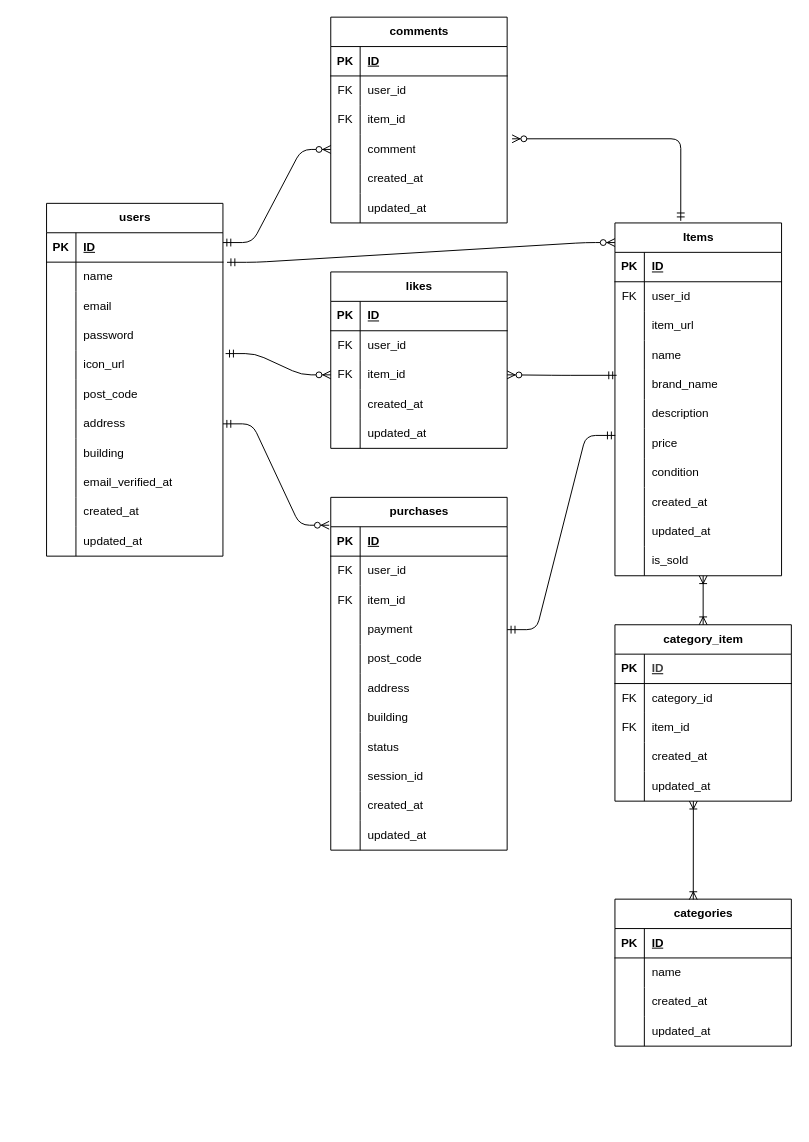
The draw.io diagram frema.drawio in yuri-tomabechi/frema-app, before the edit. Source tidied: cells renumbered, new cells numbered last; positions are measured from the earlier drawing's top-left corner, leaving out a move shared by most shapes. Both pictures are drawn from the tidied source at 98%, with x=0, y=0 at pixel (-91, -81).
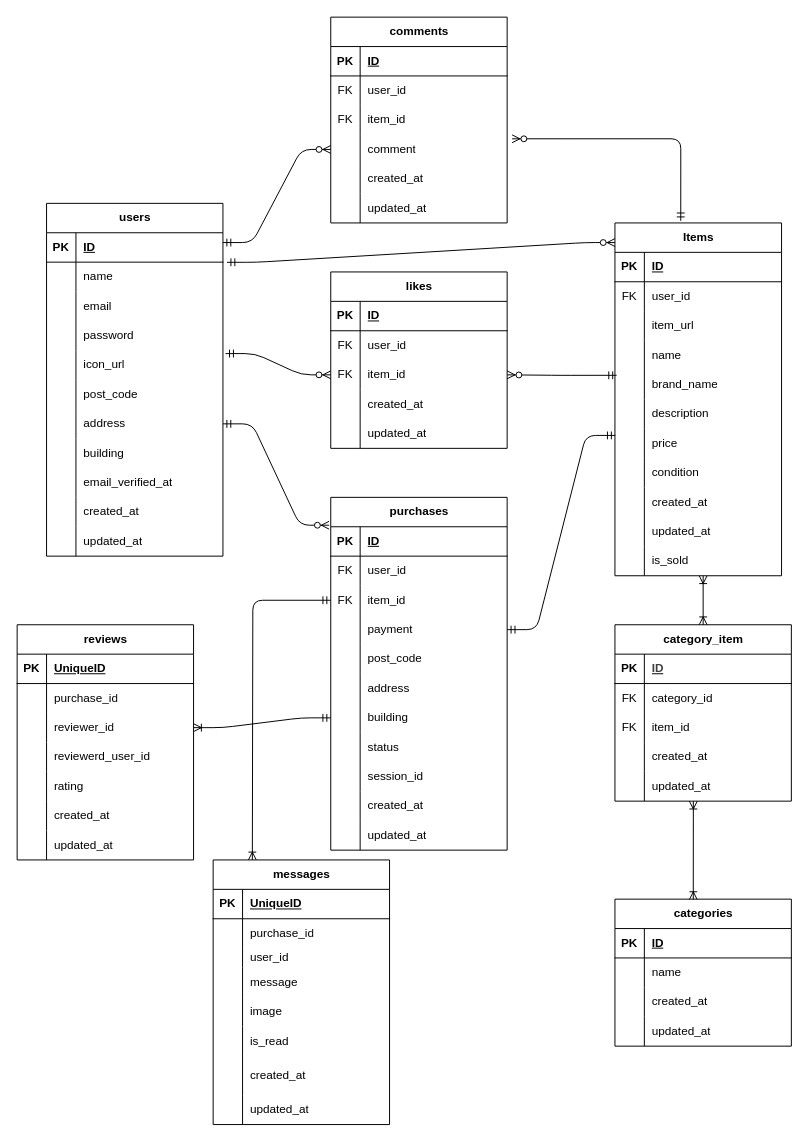
Above is the later version.

Unchanged cells that the change refers to:
```xml
<mxCell id="112" style="shape=tableRow;horizontal=0;startSize=0;swimlaneHead=0;swimlaneBody=0;fillColor=none;points=[[0,0.5],[1,0.5]];portConstraint=eastwest;top=0;left=0;right=0;bottom=0;" parent="105" vertex="1">
  <mxGeometry y="90" width="180" height="30" as="geometry" />
</mxCell>
<mxCell id="124" style="shape=tableRow;horizontal=0;startSize=0;swimlaneHead=0;swimlaneBody=0;fillColor=none;points=[[0,0.5],[1,0.5]];portConstraint=eastwest;top=0;left=0;right=0;bottom=0;" parent="105" vertex="1">
  <mxGeometry y="210" width="180" height="30" as="geometry" />
</mxCell>
```

Change to the diagram source:
```diff
@@
+    <mxCell id="177" value="messages" style="shape=table;startSize=30;childLayout=tableLayout;rowLines=0;fontStyle=1;align=center;html=1;" parent="1" vertex="1">
+      <mxGeometry x="310" y="960" width="180" height="270" as="geometry" />
+    </mxCell>
+    <mxCell id="178" style="shape=tableRow;horizontal=0;startSize=0;swimlaneHead=0;swimlaneBody=0;fillColor=none;top=0;left=0;right=0;bottom=1;" parent="177" vertex="1">
+      <mxGeometry y="30" width="180" height="30" as="geometry" />
+    </mxCell>
+    <mxCell id="179" value="PK" style="shape=partialRectangle;fillColor=none;top=0;left=0;bottom=0;right=0;fontStyle=1;overflow=hidden;whiteSpace=wrap;html=1;" parent="178" vertex="1">
+      <mxGeometry width="30" height="30" as="geometry" />
+    </mxCell>
+    <mxCell id="180" value="UniqueID" style="shape=partialRectangle;fillColor=none;top=0;left=0;bottom=0;right=0;align=left;spacingLeft=6;fontStyle=5;overflow=hidden;whiteSpace=wrap;html=1;" parent="178" vertex="1">
+      <mxGeometry x="30" width="150" height="30" as="geometry" />
+    </mxCell>
+    <mxCell id="181" style="shape=tableRow;horizontal=0;startSize=0;swimlaneHead=0;swimlaneBody=0;fillColor=none;top=0;left=0;right=0;bottom=0;" parent="177" vertex="1">
+      <mxGeometry y="60" width="180" height="30" as="geometry" />
+    </mxCell>
+    <mxCell id="182" style="shape=partialRectangle;fillColor=none;top=0;left=0;bottom=0;right=0;overflow=hidden;whiteSpace=wrap;html=1;" parent="181" vertex="1">
+      <mxGeometry width="30" height="30" as="geometry" />
+    </mxCell>
+    <mxCell id="183" value="purchase_id" style="shape=partialRectangle;fillColor=none;top=0;left=0;bottom=0;right=0;align=left;spacingLeft=6;overflow=hidden;whiteSpace=wrap;html=1;" parent="181" vertex="1">
+      <mxGeometry x="30" width="150" height="30" as="geometry" />
+    </mxCell>
+    <mxCell id="184" style="shape=tableRow;horizontal=0;startSize=0;swimlaneHead=0;swimlaneBody=0;fillColor=none;top=0;left=0;right=0;bottom=0;" parent="177" vertex="1">
+      <mxGeometry y="90" width="180" height="20" as="geometry" />
+    </mxCell>
+    <mxCell id="185" style="shape=partialRectangle;fillColor=none;top=0;left=0;bottom=0;right=0;overflow=hidden;whiteSpace=wrap;html=1;" parent="184" vertex="1">
+      <mxGeometry width="30" height="20" as="geometry" />
+    </mxCell>
+    <mxCell id="186" value="user_id" style="shape=partialRectangle;fillColor=none;top=0;left=0;bottom=0;right=0;align=left;spacingLeft=6;overflow=hidden;whiteSpace=wrap;html=1;" parent="184" vertex="1">
+      <mxGeometry x="30" width="150" height="20" as="geometry" />
+    </mxCell>
+    <mxCell id="187" style="shape=tableRow;horizontal=0;startSize=0;swimlaneHead=0;swimlaneBody=0;fillColor=none;top=0;left=0;right=0;bottom=0;" parent="177" vertex="1">
+      <mxGeometry y="110" width="180" height="30" as="geometry" />
+    </mxCell>
+    <mxCell id="188" style="shape=partialRectangle;fillColor=none;top=0;left=0;bottom=0;right=0;overflow=hidden;whiteSpace=wrap;html=1;" parent="187" vertex="1">
+      <mxGeometry width="30" height="30" as="geometry" />
+    </mxCell>
+    <mxCell id="189" value="message" style="shape=partialRectangle;fillColor=none;top=0;left=0;bottom=0;right=0;align=left;spacingLeft=6;overflow=hidden;whiteSpace=wrap;html=1;" parent="187" vertex="1">
+      <mxGeometry x="30" width="150" height="30" as="geometry" />
+    </mxCell>
+    <mxCell id="190" style="shape=tableRow;horizontal=0;startSize=0;swimlaneHead=0;swimlaneBody=0;fillColor=none;top=0;left=0;right=0;bottom=0;" parent="177" vertex="1">
+      <mxGeometry y="140" width="180" height="30" as="geometry" />
+    </mxCell>
+    <mxCell id="191" style="shape=partialRectangle;fillColor=none;top=0;left=0;bottom=0;right=0;overflow=hidden;whiteSpace=wrap;html=1;" parent="190" vertex="1">
+      <mxGeometry width="30" height="30" as="geometry" />
+    </mxCell>
+    <mxCell id="192" value="image" style="shape=partialRectangle;fillColor=none;top=0;left=0;bottom=0;right=0;align=left;spacingLeft=6;overflow=hidden;whiteSpace=wrap;html=1;" parent="190" vertex="1">
+      <mxGeometry x="30" width="150" height="30" as="geometry" />
+    </mxCell>
+    <mxCell id="193" style="shape=tableRow;horizontal=0;startSize=0;swimlaneHead=0;swimlaneBody=0;fillColor=none;top=0;left=0;right=0;bottom=0;" parent="177" vertex="1">
+      <mxGeometry y="170" width="180" height="30" as="geometry" />
+    </mxCell>
+    <mxCell id="194" style="shape=partialRectangle;fillColor=none;top=0;left=0;bottom=0;right=0;overflow=hidden;whiteSpace=wrap;html=1;" parent="193" vertex="1">
+      <mxGeometry width="30" height="30" as="geometry" />
+    </mxCell>
+    <mxCell id="195" value="is_read" style="shape=partialRectangle;fillColor=none;top=0;left=0;bottom=0;right=0;align=left;spacingLeft=6;overflow=hidden;whiteSpace=wrap;html=1;" parent="193" vertex="1">
+      <mxGeometry x="30" width="150" height="30" as="geometry" />
+    </mxCell>
+    <mxCell id="196" style="shape=tableRow;horizontal=0;startSize=0;swimlaneHead=0;swimlaneBody=0;fillColor=none;top=0;left=0;right=0;bottom=0;" parent="177" vertex="1">
+      <mxGeometry y="200" width="180" height="40" as="geometry" />
+    </mxCell>
+    <mxCell id="197" style="shape=partialRectangle;fillColor=none;top=0;left=0;bottom=0;right=0;overflow=hidden;whiteSpace=wrap;html=1;" parent="196" vertex="1">
+      <mxGeometry width="30" height="40" as="geometry" />
+    </mxCell>
+    <mxCell id="198" value="created_at" style="shape=partialRectangle;fillColor=none;top=0;left=0;bottom=0;right=0;align=left;spacingLeft=6;overflow=hidden;whiteSpace=wrap;html=1;" parent="196" vertex="1">
+      <mxGeometry x="30" width="150" height="40" as="geometry" />
+    </mxCell>
+    <mxCell id="199" style="shape=tableRow;horizontal=0;startSize=0;swimlaneHead=0;swimlaneBody=0;fillColor=none;top=0;left=0;right=0;bottom=0;" parent="177" vertex="1">
+      <mxGeometry y="240" width="180" height="30" as="geometry" />
+    </mxCell>
+    <mxCell id="200" style="shape=partialRectangle;fillColor=none;top=0;left=0;bottom=0;right=0;overflow=hidden;whiteSpace=wrap;html=1;" parent="199" vertex="1">
+      <mxGeometry width="30" height="30" as="geometry" />
+    </mxCell>
+    <mxCell id="201" value="updated_at" style="shape=partialRectangle;fillColor=none;top=0;left=0;bottom=0;right=0;align=left;spacingLeft=6;overflow=hidden;whiteSpace=wrap;html=1;" parent="199" vertex="1">
+      <mxGeometry x="30" width="150" height="30" as="geometry" />
+    </mxCell>
+    <mxCell id="202" value="reviews" style="shape=table;startSize=30;childLayout=tableLayout;rowLines=0;fontStyle=1;align=center;html=1;" parent="1" vertex="1">
+      <mxGeometry x="110" y="720" width="180" height="240" as="geometry" />
+    </mxCell>
+    <mxCell id="203" style="shape=tableRow;horizontal=0;startSize=0;swimlaneHead=0;swimlaneBody=0;fillColor=none;top=0;left=0;right=0;bottom=1;" parent="202" vertex="1">
+      <mxGeometry y="30" width="180" height="30" as="geometry" />
+    </mxCell>
+    <mxCell id="204" value="PK" style="shape=partialRectangle;fillColor=none;top=0;left=0;bottom=0;right=0;fontStyle=1;overflow=hidden;whiteSpace=wrap;html=1;" parent="203" vertex="1">
+      <mxGeometry width="30" height="30" as="geometry" />
+    </mxCell>
+    <mxCell id="205" value="UniqueID" style="shape=partialRectangle;fillColor=none;top=0;left=0;bottom=0;right=0;align=left;spacingLeft=6;fontStyle=5;overflow=hidden;whiteSpace=wrap;html=1;" parent="203" vertex="1">
+      <mxGeometry x="30" width="150" height="30" as="geometry" />
+    </mxCell>
+    <mxCell id="206" style="shape=tableRow;horizontal=0;startSize=0;swimlaneHead=0;swimlaneBody=0;fillColor=none;top=0;left=0;right=0;bottom=0;" parent="202" vertex="1">
+      <mxGeometry y="60" width="180" height="30" as="geometry" />
+    </mxCell>
+    <mxCell id="207" style="shape=partialRectangle;fillColor=none;top=0;left=0;bottom=0;right=0;overflow=hidden;whiteSpace=wrap;html=1;" parent="206" vertex="1">
+      <mxGeometry width="30" height="30" as="geometry" />
+    </mxCell>
+    <mxCell id="208" value="purchase_id" style="shape=partialRectangle;fillColor=none;top=0;left=0;bottom=0;right=0;align=left;spacingLeft=6;overflow=hidden;whiteSpace=wrap;html=1;" parent="206" vertex="1">
+      <mxGeometry x="30" width="150" height="30" as="geometry" />
+    </mxCell>
+    <mxCell id="209" style="shape=tableRow;horizontal=0;startSize=0;swimlaneHead=0;swimlaneBody=0;fillColor=none;points=[[0,0.5],[1,0.5]];portConstraint=eastwest;top=0;left=0;right=0;bottom=0;" parent="202" vertex="1">
+      <mxGeometry y="90" width="180" height="30" as="geometry" />
+    </mxCell>
+    <mxCell id="210" style="shape=partialRectangle;fillColor=none;top=0;left=0;bottom=0;right=0;overflow=hidden;whiteSpace=wrap;html=1;" parent="209" vertex="1">
+      <mxGeometry width="30" height="30" as="geometry" />
+    </mxCell>
+    <mxCell id="211" value="reviewer_id" style="shape=partialRectangle;fillColor=none;top=0;left=0;bottom=0;right=0;align=left;spacingLeft=6;overflow=hidden;whiteSpace=wrap;html=1;" parent="209" vertex="1">
+      <mxGeometry x="30" width="150" height="30" as="geometry" />
+    </mxCell>
+    <mxCell id="212" style="shape=tableRow;horizontal=0;startSize=0;swimlaneHead=0;swimlaneBody=0;fillColor=none;top=0;left=0;right=0;bottom=0;" parent="202" vertex="1">
+      <mxGeometry y="120" width="180" height="30" as="geometry" />
+    </mxCell>
+    <mxCell id="213" style="shape=partialRectangle;fillColor=none;top=0;left=0;bottom=0;right=0;overflow=hidden;whiteSpace=wrap;html=1;" parent="212" vertex="1">
+      <mxGeometry width="30" height="30" as="geometry" />
+    </mxCell>
+    <mxCell id="214" value="reviewerd_user_id" style="shape=partialRectangle;fillColor=none;top=0;left=0;bottom=0;right=0;align=left;spacingLeft=6;overflow=hidden;whiteSpace=wrap;html=1;" parent="212" vertex="1">
+      <mxGeometry x="30" width="150" height="30" as="geometry" />
+    </mxCell>
+    <mxCell id="215" style="shape=tableRow;horizontal=0;startSize=0;swimlaneHead=0;swimlaneBody=0;fillColor=none;top=0;left=0;right=0;bottom=0;" parent="202" vertex="1">
+      <mxGeometry y="150" width="180" height="30" as="geometry" />
+    </mxCell>
+    <mxCell id="216" style="shape=partialRectangle;fillColor=none;top=0;left=0;bottom=0;right=0;overflow=hidden;whiteSpace=wrap;html=1;" parent="215" vertex="1">
+      <mxGeometry width="30" height="30" as="geometry" />
+    </mxCell>
+    <mxCell id="217" value="rating" style="shape=partialRectangle;fillColor=none;top=0;left=0;bottom=0;right=0;align=left;spacingLeft=6;overflow=hidden;whiteSpace=wrap;html=1;" parent="215" vertex="1">
+      <mxGeometry x="30" width="150" height="30" as="geometry" />
+    </mxCell>
+    <mxCell id="218" style="shape=tableRow;horizontal=0;startSize=0;swimlaneHead=0;swimlaneBody=0;fillColor=none;top=0;left=0;right=0;bottom=0;" parent="202" vertex="1">
+      <mxGeometry y="180" width="180" height="30" as="geometry" />
+    </mxCell>
+    <mxCell id="219" style="shape=partialRectangle;fillColor=none;top=0;left=0;bottom=0;right=0;overflow=hidden;whiteSpace=wrap;html=1;" parent="218" vertex="1">
+      <mxGeometry width="30" height="30" as="geometry" />
+    </mxCell>
+    <mxCell id="220" value="created_at" style="shape=partialRectangle;fillColor=none;top=0;left=0;bottom=0;right=0;align=left;spacingLeft=6;overflow=hidden;whiteSpace=wrap;html=1;" parent="218" vertex="1">
+      <mxGeometry x="30" width="150" height="30" as="geometry" />
+    </mxCell>
+    <mxCell id="221" style="shape=tableRow;horizontal=0;startSize=0;swimlaneHead=0;swimlaneBody=0;fillColor=none;top=0;left=0;right=0;bottom=0;" parent="202" vertex="1">
+      <mxGeometry y="210" width="180" height="30" as="geometry" />
+    </mxCell>
+    <mxCell id="222" style="shape=partialRectangle;fillColor=none;top=0;left=0;bottom=0;right=0;overflow=hidden;whiteSpace=wrap;html=1;" parent="221" vertex="1">
+      <mxGeometry width="30" height="30" as="geometry" />
+    </mxCell>
+    <mxCell id="223" value="updated_at" style="shape=partialRectangle;fillColor=none;top=0;left=0;bottom=0;right=0;align=left;spacingLeft=6;overflow=hidden;whiteSpace=wrap;html=1;" parent="221" vertex="1">
+      <mxGeometry x="30" width="150" height="30" as="geometry" />
+    </mxCell>
+    <mxCell id="224" style="edgeStyle=orthogonalEdgeStyle;fontSize=12;html=1;endArrow=ERoneToMany;startArrow=ERmandOne;exitX=0;exitY=0.5;exitDx=0;exitDy=0;" parent="1" edge="1" source="112">
+      <mxGeometry relative="1" as="geometry">
+        <mxPoint x="350" y="960" as="targetPoint" />
+      </mxGeometry>
+    </mxCell>
+    <mxCell id="225" style="edgeStyle=entityRelationEdgeStyle;fontSize=12;html=1;endArrow=ERoneToMany;startArrow=ERmandOne;entryX=1;entryY=0.5;entryDx=0;entryDy=0;exitX=0;exitY=0.5;exitDx=0;exitDy=0;" parent="1" edge="1" source="124" target="209">
+      <mxGeometry relative="1" as="geometry" />
+    </mxCell>
```
